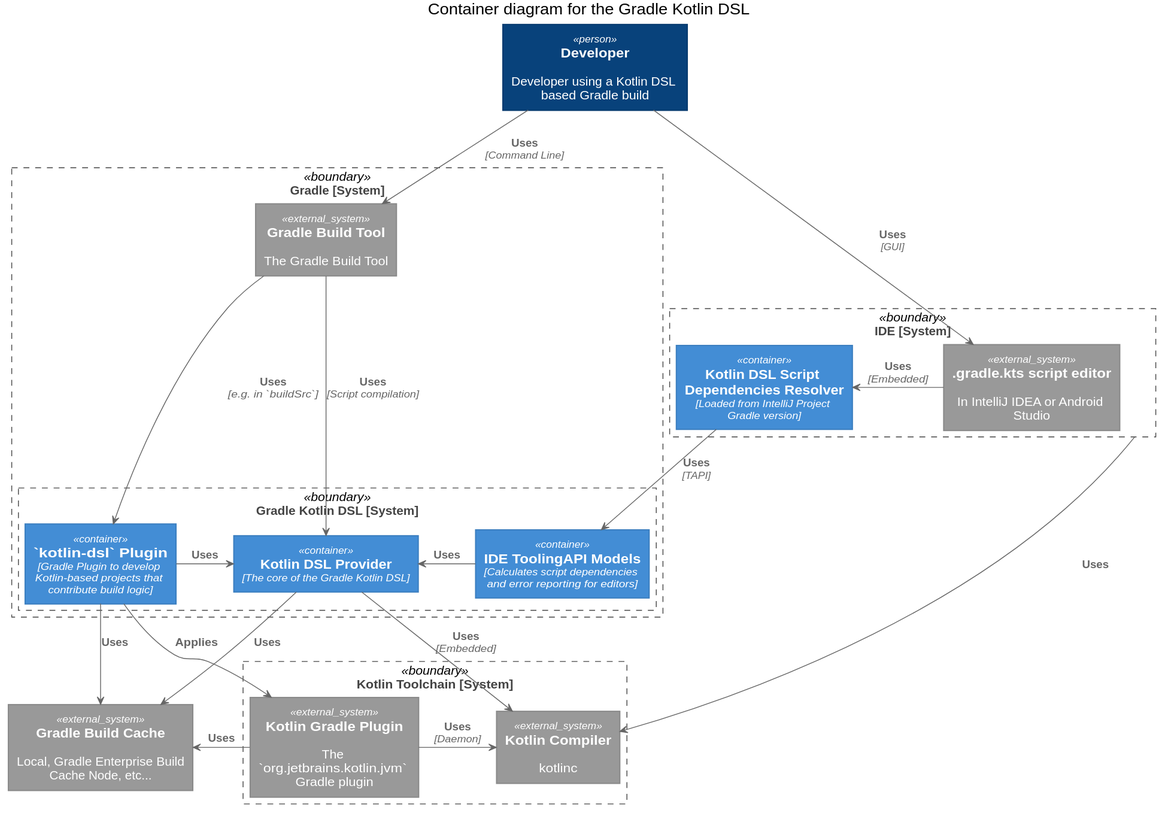
This is doc/c4/images/C4_2_Container.svg from gradle/gradle, a PlantUML export, as it was before one commit. Its diagram source:
```plantuml
@startuml




skinparam defaultTextAlignment center

skinparam wrapWidth 200
skinparam maxMessageSize 150

skinparam rectangle {
    StereotypeFontSize 12
    shadowing false
}

skinparam Arrow {
    Color #666666
    FontColor #666666
    FontSize 12
}

skinparam rectangle<<boundary>> {
    Shadowing false
    StereotypeFontSize 0
    FontSize 12
    FontColor #444444
    BorderColor #444444
    BorderStyle dashed
}






















skinparam rectangle<<person>> {
    StereotypeFontColor #FFFFFF
    FontColor #FFFFFF
    BackgroundColor #08427B
    BorderColor #073B6F
}

skinparam rectangle<<external_person>> {
    StereotypeFontColor #FFFFFF
    FontColor #FFFFFF
    BackgroundColor #686868
    BorderColor #8A8A8A
}

skinparam rectangle<<system>> {
    StereotypeFontColor #FFFFFF
    FontColor #FFFFFF
    BackgroundColor #1168BD
    BorderColor #3C7FC0
}

skinparam rectangle<<external_system>> {
    StereotypeFontColor #FFFFFF
    FontColor #FFFFFF
    BackgroundColor #999999
    BorderColor #8A8A8A
}














skinparam rectangle<<container>> {
    StereotypeFontColor #FFFFFF
    FontColor #FFFFFF
    BackgroundColor #438DD5
    BorderColor #3C7FC0
}







top to bottom direction

title Container diagram for the Gradle Kotlin DSL

rectangle "==Developer\n\n Developer using a Kotlin DSL based Gradle build" <<person>> as dev

rectangle "==Gradle [System]" <<boundary>> as gradleBuildTool {

    rectangle "==Gradle Build Tool\n\n The Gradle Build Tool" <<external_system>> as gradle

    rectangle "==Gradle Kotlin DSL [System]" <<boundary>> as gradleKotlinDsl {

        rectangle "==Kotlin DSL Provider\n//<size:12>[The core of the Gradle Kotlin DSL]</size>//" <<container>> as provider
        rectangle "==IDE ToolingAPI Models\n//<size:12>[Calculates script dependencies and error reporting for editors]</size>//" <<container>> as tapiBuilder
        rectangle "==`kotlin-dsl` Plugin\n//<size:12>[Gradle Plugin to develop Kotlin-based projects that contribute build logic]</size>//" <<container>> as plugin

        tapiBuilder -> provider : "===Uses"
        plugin -> provider : "===Uses"
    }

    gradle --> provider : "===Uses\n//<size:12>[Script compilation]</size>//"
    gradle --> plugin : "===Uses\n//<size:12>[e.g. in `buildSrc`]</size>//"
}

rectangle "==IDE [System]" <<boundary>> as ide {

    rectangle "==.gradle.kts script editor\n\n In IntelliJ IDEA or Android Studio" <<external_system>> as editor

    rectangle "==Kotlin DSL Script Dependencies Resolver\n//<size:12>[Loaded from IntelliJ Project Gradle version]</size>//" <<container>> as resolver

    editor -> resolver : "===Uses\n//<size:12>[Embedded]</size>//"
}

rectangle "==Kotlin Toolchain [System]" <<boundary>> as kotlinTools {

    rectangle "==Kotlin Gradle Plugin\n\n The `org.jetbrains.kotlin.jvm` Gradle plugin" <<external_system>> as kgp
    rectangle "==Kotlin Compiler\n\n kotlinc" <<external_system>> as kotlinc

    kgp -> kotlinc : "===Uses\n//<size:12>[Daemon]</size>//"
}

rectangle "==Gradle Build Cache\n\n Local, Gradle Enterprise Build Cache Node, etc..." <<external_system>> as buildCache

dev --> gradle : "===Uses\n//<size:12>[Command Line]</size>//"
dev --> editor : "===Uses\n//<size:12>[GUI]</size>//"

provider --> kotlinc : "===Uses\n//<size:12>[Embedded]</size>//"
plugin --> kgp : "===Applies"
resolver --> tapiBuilder : "===Uses\n//<size:12>[TAPI]</size>//"

ide --> kotlinc : "===Uses"

provider --> buildCache : "===Uses"
plugin --> buildCache : "===Uses"
kgp -> buildCache : "===Uses"

@enduml
```
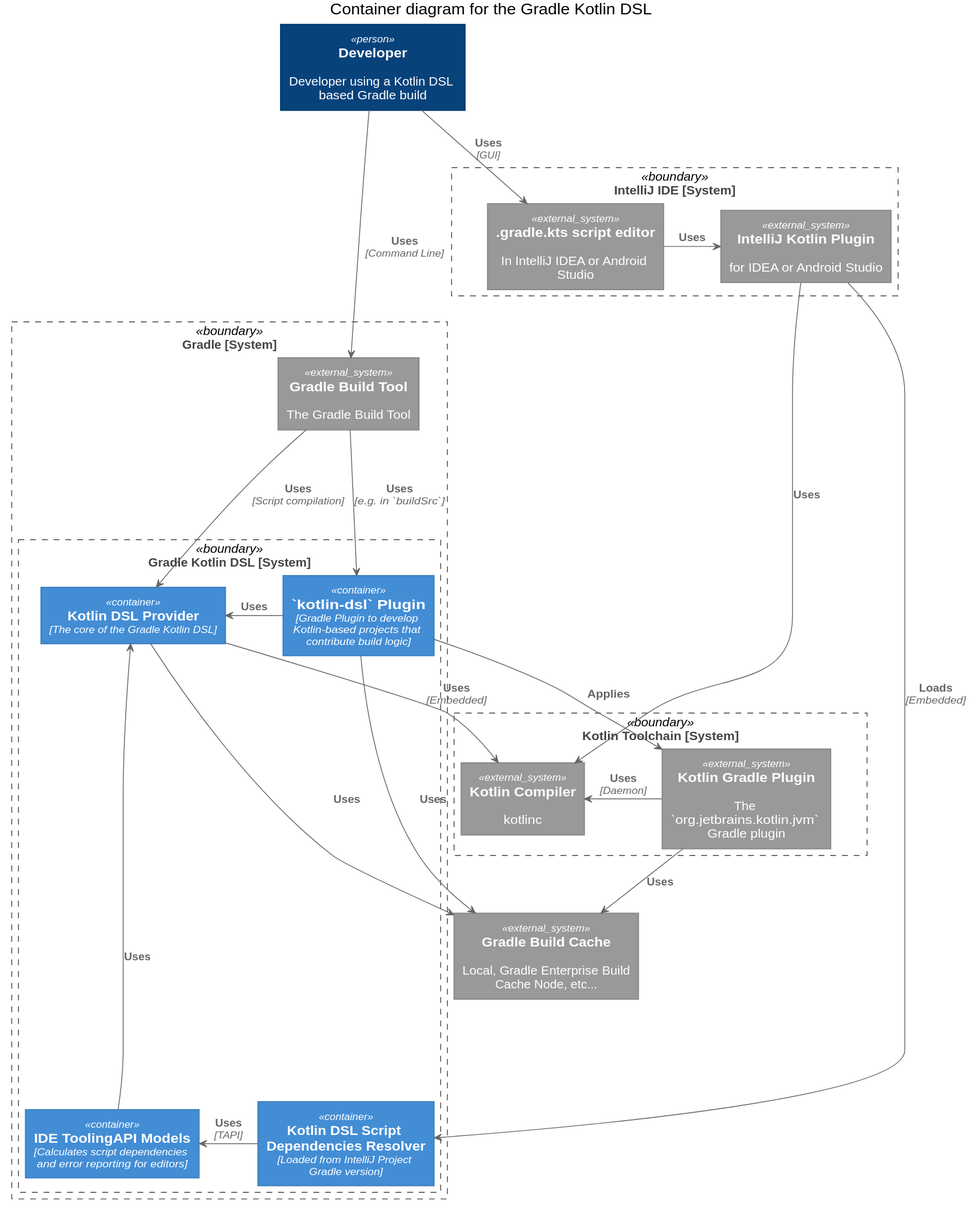
The same file after the commit.

What changed in the source:
```diff
@@ -118,23 +118,25 @@
         rectangle "==Kotlin DSL Provider\n//<size:12>[The core of the Gradle Kotlin DSL]</size>//" <<container>> as provider
         rectangle "==IDE ToolingAPI Models\n//<size:12>[Calculates script dependencies and error reporting for editors]</size>//" <<container>> as tapiBuilder
         rectangle "==`kotlin-dsl` Plugin\n//<size:12>[Gradle Plugin to develop Kotlin-based projects that contribute build logic]</size>//" <<container>> as plugin
+        rectangle "==Kotlin DSL Script Dependencies Resolver\n//<size:12>[Loaded from IntelliJ Project Gradle version]</size>//" <<container>> as resolver
 
-        tapiBuilder -> provider : "===Uses"
+        tapiBuilder -UP-> provider : "===Uses"
         plugin -> provider : "===Uses"
+        resolver -> tapiBuilder : "===Uses\n//<size:12>[TAPI]</size>//"
     }
 
     gradle --> provider : "===Uses\n//<size:12>[Script compilation]</size>//"
     gradle --> plugin : "===Uses\n//<size:12>[e.g. in `buildSrc`]</size>//"
 }
 
-rectangle "==IDE [System]" <<boundary>> as ide {
+rectangle "==IntelliJ IDE [System]" <<boundary>> as ide {
 
     rectangle "==.gradle.kts script editor\n\n In IntelliJ IDEA or Android Studio" <<external_system>> as editor
+    rectangle "==IntelliJ Kotlin Plugin\n\n for IDEA or Android Studio" <<external_system>> as ideKotlin
 
-    rectangle "==Kotlin DSL Script Dependencies Resolver\n//<size:12>[Loaded from IntelliJ Project Gradle version]</size>//" <<container>> as resolver
+    editor -> ideKotlin : "===Uses"
+}
 
-    editor -> resolver : "===Uses\n//<size:12>[Embedded]</size>//"
-}
 
 rectangle "==Kotlin Toolchain [System]" <<boundary>> as kotlinTools {
 
@@ -151,12 +153,15 @@
 
 provider --> kotlinc : "===Uses\n//<size:12>[Embedded]</size>//"
 plugin --> kgp : "===Applies"
-resolver --> tapiBuilder : "===Uses\n//<size:12>[TAPI]</size>//"
 
-ide --> kotlinc : "===Uses"
+ideKotlin --> kotlinc : "===Uses"
+ideKotlin --> resolver : "===Loads\n//<size:12>[Embedded]</size>//"
 
 provider --> buildCache : "===Uses"
 plugin --> buildCache : "===Uses"
-kgp -> buildCache : "===Uses"
+kgp --> buildCache : "===Uses"
+
+ide -[hidden]D- gradle
+ide -[hidden]D- kotlinTools
 
 @enduml
```
